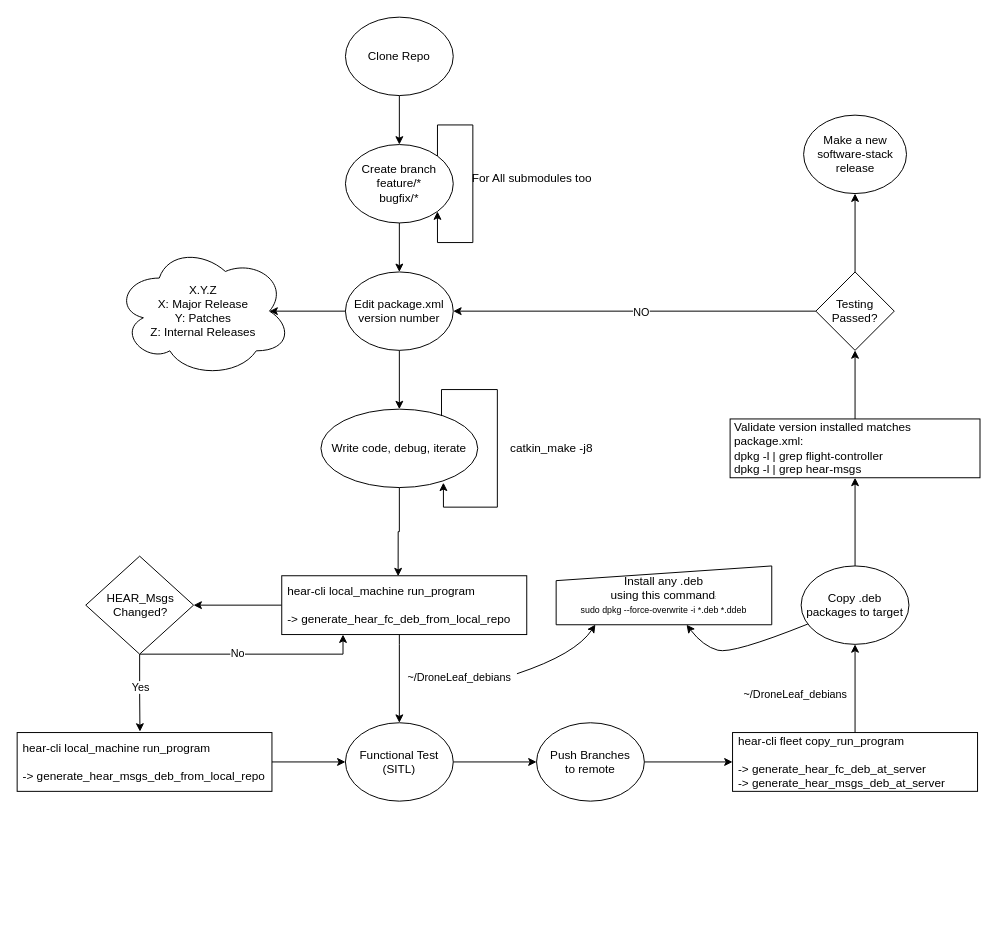
DroneLeaf/HEAR_wiki keeps this draw.io diagram as Guide/External Software/Development Workflow/media/DevelopmentWorkflow.drawio. Above is the earlier version. Source tidied: cells renumbered, new cells numbered last; positions are measured from the earlier drawing's top-left corner, leaving out a move shared by most shapes. Both pictures are drawn from the tidied source at 98%, with x=0, y=0 at pixel (17, 17).
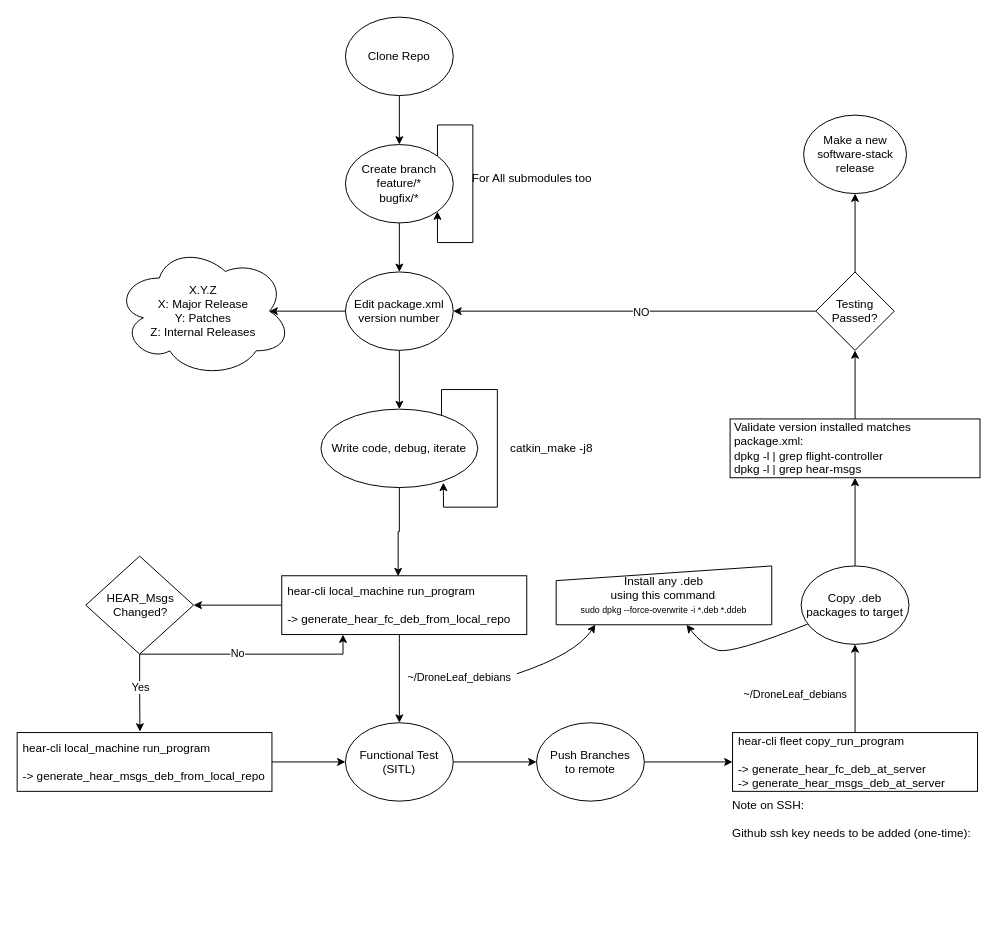
Above is the later version.

Commit message (it also covers changes not shown here):
updates to flight states and dev workflow

Diff of the diagram source:
```diff
@@
+    <mxCell id="47" value="Note on SSH:&lt;div&gt;&lt;br&gt;Github ssh key needs to be added (one-time):&lt;/div&gt;&lt;div&gt;&lt;br&gt;&lt;/div&gt;" style="text;html=1;align=left;verticalAlign=top;whiteSpace=wrap;rounded=0;" parent="1" vertex="1">
+      <mxGeometry x="727.5" y="790" width="252.5" height="120" as="geometry" />
+    </mxCell>
```
